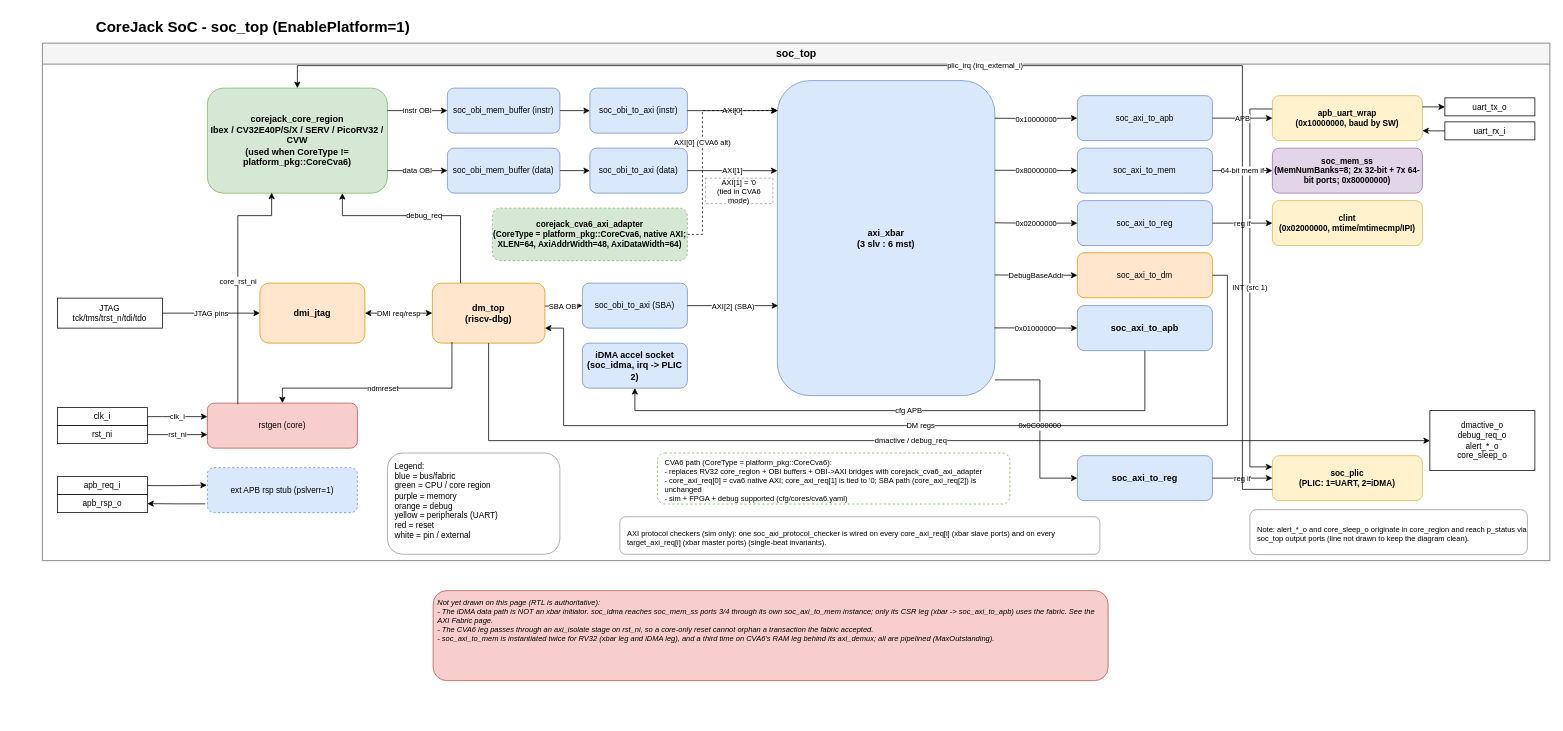
Above: page "SoC Top-Level" (1 of 8) of docs/source/media/corejack_soc.drawio in patrickerich/corejack (draw.io), before the change. Source tidied: cells renumbered, new cells numbered last; positions are measured from the earlier drawing's top-left corner, leaving out a move shared by most shapes. Both pictures are drawn from the tidied source at 75%, with x=0, y=0 at pixel (13, 13).
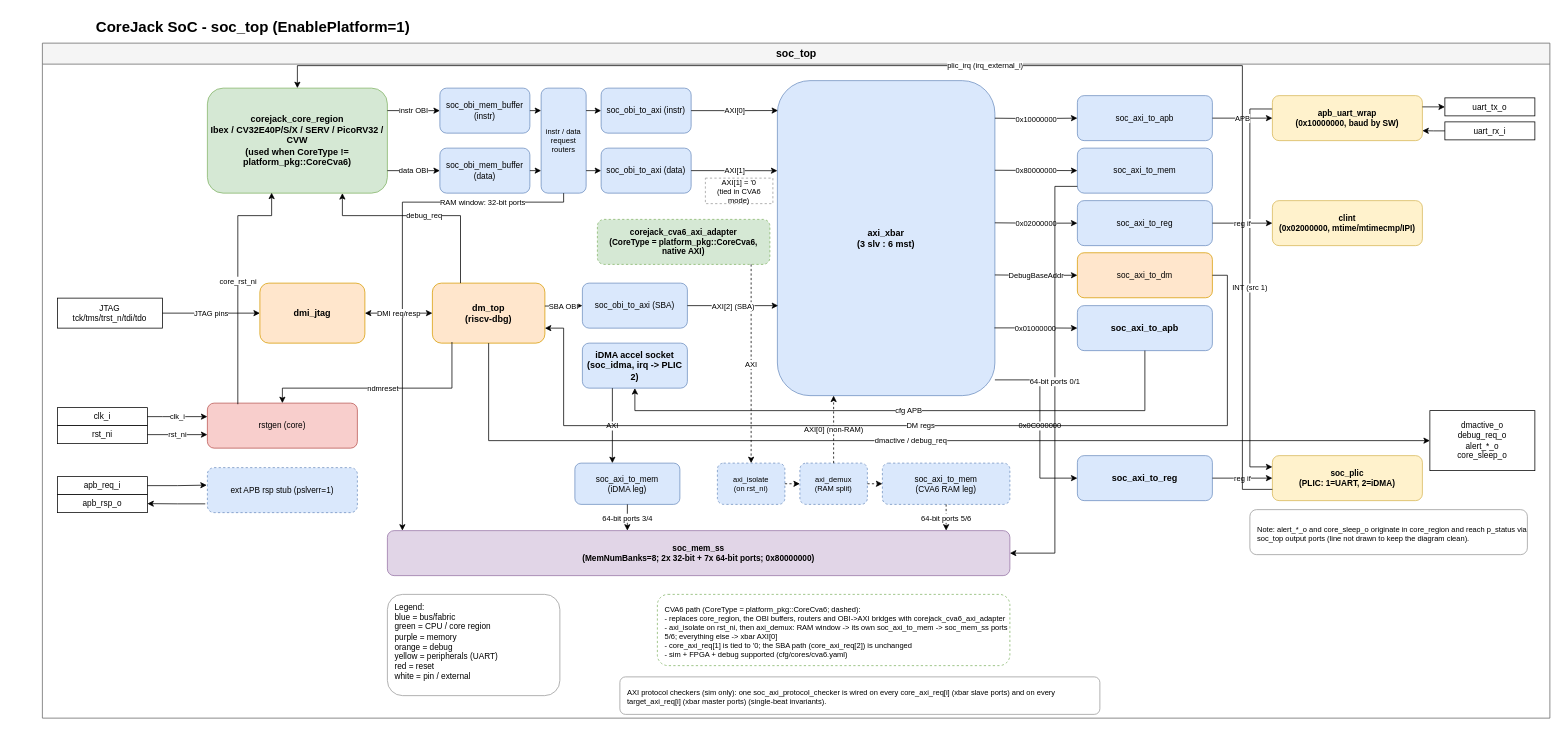
The same page after the edit.

The change refers to these unchanged cells:
```xml
<mxCell id="22" value="axi_xbar&#10;(3 slv : 6 mst)" style="rounded=1;whiteSpace=wrap;html=1;fillColor=#dae8fc;strokeColor=#6c8ebf;fontSize=12;fontStyle=1;verticalAlign=middle;" parent="3" vertex="1">
  <mxGeometry x="980" y="50" width="290" height="420" as="geometry" />
</mxCell>
<mxCell id="23" value="iDMA accel socket&#10;(soc_idma, irq -&gt; PLIC 2)" style="rounded=1;whiteSpace=wrap;html=1;fillColor=#dae8fc;strokeColor=#6c8ebf;fontSize=12;fontStyle=1;verticalAlign=middle;" parent="3" vertex="1">
  <mxGeometry x="720" y="400" width="140" height="60" as="geometry" />
</mxCell>
<mxCell id="71" value="soc_axi_to_mem" style="rounded=1;whiteSpace=wrap;html=1;fillColor=#dae8fc;strokeColor=#6c8ebf;fontSize=11;verticalAlign=middle;" parent="3" vertex="1">
  <mxGeometry x="1380" y="140" width="180" height="60" as="geometry" />
</mxCell>
```

Change to the diagram source:
```diff
@@
     <mxCell id="3" value="soc_top" style="swimlane;fontSize=14;fontStyle=1;html=1;startSize=28;fillColor=#F5F5F5;strokeColor=#666666;swimlaneFillColor=#FFFFFF;" parent="1" vertex="1">
-      <mxGeometry x="39" y="40" width="2010" height="690" as="geometry" />
+      <mxGeometry x="39" y="40" width="2010" height="900" as="geometry" />
     </mxCell>
@@
-    <mxCell id="13" value="corejack_cva6_axi_adapter&#10;(CoreType = platform_pkg::CoreCva6, native AXI; XLEN=64, AxiAddrWidth=48, AxiDataWidth=64)" style="rounded=1;whiteSpace=wrap;html=1;fillColor=#d5e8d4;strokeColor=#82b366;fontSize=11;fontStyle=1;verticalAlign=middle;dashed=1;" parent="3" vertex="1">
-      <mxGeometry x="600" y="220" width="260" height="70" as="geometry" />
+    <mxCell id="13" value="corejack_cva6_axi_adapter&#10;(CoreType = platform_pkg::CoreCva6, native AXI)" style="rounded=1;whiteSpace=wrap;html=1;fillColor=#d5e8d4;strokeColor=#82b366;fontSize=11;fontStyle=1;verticalAlign=middle;dashed=1;" parent="3" vertex="1">
+      <mxGeometry x="740" y="235" width="230" height="60" as="geometry" />
     </mxCell>
+    <mxCell id="76" value="axi_isolate&#10;(on rst_ni)" style="rounded=1;whiteSpace=wrap;html=1;fillColor=#dae8fc;strokeColor=#6c8ebf;fontSize=11;verticalAlign=middle;dashed=1;fontSize=10;" parent="3" vertex="1">
+      <mxGeometry x="900" y="560" width="90" height="55" as="geometry" />
+    </mxCell>
+    <mxCell id="77" value="axi_demux&#10;(RAM split)" style="rounded=1;whiteSpace=wrap;html=1;fillColor=#dae8fc;strokeColor=#6c8ebf;fontSize=11;verticalAlign=middle;dashed=1;fontSize=10;" parent="3" vertex="1">
+      <mxGeometry x="1010" y="560" width="90" height="55" as="geometry" />
+    </mxCell>
+    <mxCell id="78" value="soc_axi_to_mem&#10;(CVA6 RAM leg)" style="rounded=1;whiteSpace=wrap;html=1;fillColor=#dae8fc;strokeColor=#6c8ebf;fontSize=11;verticalAlign=middle;dashed=1;" parent="3" vertex="1">
+      <mxGeometry x="1120" y="560" width="170" height="55" as="geometry" />
+    </mxCell>
@@
-    <mxCell id="15" value="CVA6 path (CoreType = platform_pkg::CoreCva6):&#10;- replaces RV32 core_region + OBI buffers + OBI-&gt;AXI bridges with corejack_cva6_axi_adapter&#10;- core_axi_req[0] = cva6 native AXI; core_axi_req[1] is tied to '0; SBA path (core_axi_req[2]) is unchanged&#10;- sim + FPGA + debug supported (cfg/cores/cva6.yaml)" style="rounded=1;whiteSpace=wrap;html=1;fillColor=#FFFFFF;strokeColor=#82b366;fontSize=10;align=left;spacingLeft=8;spacingTop=4;dashed=1;" parent="3" vertex="1">
-      <mxGeometry x="820" y="546.5" width="470" height="68" as="geometry" />
+    <mxCell id="15" value="CVA6 path (CoreType = platform_pkg::CoreCva6; dashed):&#10;- replaces core_region, the OBI buffers, routers and OBI-&gt;AXI bridges with corejack_cva6_axi_adapter&#10;- axi_isolate on rst_ni, then axi_demux: RAM window -&gt; its own soc_axi_to_mem -&gt; soc_mem_ss ports 5/6; everything else -&gt; xbar AXI[0]&#10;- core_axi_req[1] is tied to '0; the SBA path (core_axi_req[2]) is unchanged&#10;- sim + FPGA + debug supported (cfg/cores/cva6.yaml)" style="rounded=1;whiteSpace=wrap;html=1;fillColor=#FFFFFF;strokeColor=#82b366;fontSize=10;align=left;spacingLeft=8;spacingTop=4;dashed=1;" parent="3" vertex="1">
+      <mxGeometry x="820" y="735" width="470" height="95" as="geometry" />
     </mxCell>
     <mxCell id="16" value="AXI protocol checkers (sim only): one soc_axi_protocol_checker is wired on every core_axi_req[i] (xbar slave ports) and on every target_axi_req[i] (xbar master ports) (single-beat invariants)." style="rounded=1;whiteSpace=wrap;html=1;fillColor=#FFFFFF;strokeColor=#999999;fontSize=10;align=left;spacingLeft=8;spacingTop=4;" parent="3" vertex="1">
-      <mxGeometry x="770" y="631.5" width="640" height="50" as="geometry" />
+      <mxGeometry x="770" y="845" width="640" height="50" as="geometry" />
     </mxCell>
     <mxCell id="17" value="soc_obi_mem_buffer (instr)" style="rounded=1;whiteSpace=wrap;html=1;fillColor=#dae8fc;strokeColor=#6c8ebf;fontSize=11;verticalAlign=middle;" parent="3" vertex="1">
-      <mxGeometry x="540" y="60" width="150" height="60" as="geometry" />
+      <mxGeometry x="530" y="60" width="120" height="60" as="geometry" />
     </mxCell>
     <mxCell id="18" value="soc_obi_mem_buffer (data)" style="rounded=1;whiteSpace=wrap;html=1;fillColor=#dae8fc;strokeColor=#6c8ebf;fontSize=11;verticalAlign=middle;" parent="3" vertex="1">
-      <mxGeometry x="540" y="140" width="150" height="60" as="geometry" />
+      <mxGeometry x="530" y="140" width="120" height="60" as="geometry" />
     </mxCell>
     <mxCell id="19" value="soc_obi_to_axi (instr)" style="rounded=1;whiteSpace=wrap;html=1;fillColor=#dae8fc;strokeColor=#6c8ebf;fontSize=11;verticalAlign=middle;" parent="3" vertex="1">
-      <mxGeometry x="730" y="60" width="130" height="60" as="geometry" />
+      <mxGeometry x="745" y="60" width="120" height="60" as="geometry" />
     </mxCell>
     <mxCell id="20" value="soc_obi_to_axi (data)" style="rounded=1;whiteSpace=wrap;html=1;fillColor=#dae8fc;strokeColor=#6c8ebf;fontSize=11;verticalAlign=middle;" parent="3" vertex="1">
-      <mxGeometry x="730" y="140" width="130" height="60" as="geometry" />
+      <mxGeometry x="745" y="140" width="120" height="60" as="geometry" />
     </mxCell>
+    <mxCell id="79" value="instr / data&#10;request&#10;routers" style="rounded=1;whiteSpace=wrap;html=1;fillColor=#dae8fc;strokeColor=#6c8ebf;fontSize=11;verticalAlign=middle;fontSize=10;" parent="3" vertex="1">
+      <mxGeometry x="665" y="60" width="60" height="140" as="geometry" />
+    </mxCell>
@@
+    <mxCell id="80" value="soc_axi_to_mem&#10;(iDMA leg)" style="rounded=1;whiteSpace=wrap;html=1;fillColor=#dae8fc;strokeColor=#6c8ebf;fontSize=11;verticalAlign=middle;" parent="3" vertex="1">
+      <mxGeometry x="710" y="560" width="140" height="55" as="geometry" />
+    </mxCell>
@@
-    <mxCell id="44" style="endArrow=classic;html=1;edgeStyle=orthogonalEdgeStyle;rounded=0;exitX=1;exitY=0.5;entryX=0;entryY=0.5;" parent="3" edge="1" source="17" target="19">
+    <mxCell id="44" style="endArrow=classic;html=1;edgeStyle=orthogonalEdgeStyle;rounded=0;exitX=1;exitY=0.5;entryX=0;entryY=0.214;" parent="3" edge="1" source="17" target="79">
       <mxGeometry relative="1" as="geometry" />
     </mxCell>
-    <mxCell id="45" style="endArrow=classic;html=1;edgeStyle=orthogonalEdgeStyle;rounded=0;exitX=1;exitY=0.5;entryX=0;entryY=0.5;" parent="3" edge="1" source="18" target="20">
+    <mxCell id="45" style="endArrow=classic;html=1;edgeStyle=orthogonalEdgeStyle;rounded=0;exitX=1;exitY=0.5;entryX=0;entryY=0.786;" parent="3" edge="1" source="18" target="79">
       <mxGeometry relative="1" as="geometry" />
     </mxCell>
+    <mxCell id="81" style="endArrow=classic;html=1;edgeStyle=orthogonalEdgeStyle;rounded=0;fontSize=10;exitX=1;exitY=0.214;entryX=0;entryY=0.5;" parent="3" edge="1" source="79" target="19">
+      <mxGeometry relative="1" as="geometry" />
+    </mxCell>
+    <mxCell id="82" style="endArrow=classic;html=1;edgeStyle=orthogonalEdgeStyle;rounded=0;fontSize=10;exitX=1;exitY=0.786;entryX=0;entryY=0.5;" parent="3" edge="1" source="79" target="20">
+      <mxGeometry relative="1" as="geometry" />
+    </mxCell>
+    <mxCell id="83" value="RAM window: 32-bit ports" style="endArrow=classic;html=1;edgeStyle=orthogonalEdgeStyle;rounded=0;fontSize=10;exitX=0.5;exitY=1;entryX=0.0241;entryY=0;" parent="3" edge="1" source="79" target="73">
+      <mxGeometry x="-0.64" relative="1" as="geometry">
+        <Array as="points">
+          <mxPoint x="695" y="212" />
+          <mxPoint x="480" y="212" />
+        </Array>
+      </mxGeometry>
+    </mxCell>
+    <mxCell id="84" value="AXI" style="endArrow=classic;html=1;edgeStyle=orthogonalEdgeStyle;rounded=0;fontSize=10;exitX=0.2857;exitY=1;entryX=0.3571;entryY=0;" parent="3" edge="1" source="23" target="80">
+      <mxGeometry relative="1" as="geometry" />
+    </mxCell>
+    <mxCell id="85" value="64-bit ports 3/4" style="endArrow=classic;html=1;edgeStyle=orthogonalEdgeStyle;rounded=0;fontSize=10;exitX=0.5;exitY=1;entryX=0.3855;entryY=0;" parent="3" edge="1" source="80" target="73">
+      <mxGeometry relative="1" as="geometry" />
+    </mxCell>
+    <mxCell id="86" style="endArrow=classic;html=1;edgeStyle=orthogonalEdgeStyle;rounded=0;fontSize=10;exitX=1;exitY=0.5;entryX=0;entryY=0.5;dashed=1;" parent="3" edge="1" source="76" target="77">
+      <mxGeometry relative="1" as="geometry" />
+    </mxCell>
+    <mxCell id="87" value="AXI[0] (non-RAM)" style="endArrow=classic;html=1;edgeStyle=orthogonalEdgeStyle;rounded=0;fontSize=10;exitX=0.5;exitY=0;entryX=0.2586;entryY=1;dashed=1;" parent="3" edge="1" source="77" target="22">
+      <mxGeometry relative="1" as="geometry" />
+    </mxCell>
+    <mxCell id="88" style="endArrow=classic;html=1;edgeStyle=orthogonalEdgeStyle;rounded=0;fontSize=10;exitX=1;exitY=0.5;entryX=0;entryY=0.5;dashed=1;" parent="3" edge="1" source="77" target="78">
+      <mxGeometry relative="1" as="geometry" />
+    </mxCell>
+    <mxCell id="89" value="64-bit ports 5/6" style="endArrow=classic;html=1;edgeStyle=orthogonalEdgeStyle;rounded=0;fontSize=10;exitX=0.5;exitY=1;entryX=0.8976;entryY=0;dashed=1;" parent="3" edge="1" source="78" target="73">
+      <mxGeometry relative="1" as="geometry" />
+    </mxCell>
@@
-    <mxCell id="48" value="AXI[0] (CVA6 alt)" style="endArrow=classic;html=1;edgeStyle=orthogonalEdgeStyle;rounded=0;exitX=1;exitY=0.5;fontSize=10;dashed=1;entryX=0;entryY=0.095;entryDx=0;entryDy=0;entryPerimeter=0;" parent="3" edge="1" source="13" target="22">
-      <mxGeometry relative="1" as="geometry">
-        <Array as="points">
-          <mxPoint x="880" y="255" />
-          <mxPoint x="880" y="90" />
-        </Array>
-      </mxGeometry>
+    <mxCell id="48" value="AXI" style="endArrow=classic;html=1;edgeStyle=orthogonalEdgeStyle;rounded=0;fontSize=10;dashed=1;exitX=0.8913;exitY=1;entryX=0.5;entryY=0;" parent="3" edge="1" source="13" target="76">
+      <mxGeometry relative="1" as="geometry" />
     </mxCell>
@@
     <mxCell id="70" value="Legend:&#10;blue = bus/fabric&#10;green = CPU / core region&#10;purple = memory&#10;orange = debug&#10;yellow = peripherals (UART)&#10;red = reset&#10;white = pin / external" style="text;html=1;strokeColor=#999999;fillColor=#FFFFFF;align=left;verticalAlign=top;whiteSpace=wrap;rounded=1;fontSize=11;spacingLeft=8;spacingTop=4;" parent="3" vertex="1">
-      <mxGeometry x="460" y="546.5" width="230" height="135" as="geometry" />
+      <mxGeometry x="460" y="735" width="230" height="135" as="geometry" />
     </mxCell>
@@
     <mxCell id="73" value="soc_mem_ss&#10;(MemNumBanks=8; 2x 32-bit + 7x 64-bit ports; 0x80000000)" style="rounded=1;whiteSpace=wrap;html=1;fillColor=#e1d5e7;strokeColor=#9673a6;fontSize=11;fontStyle=1;verticalAlign=middle;" parent="3" vertex="1">
-      <mxGeometry x="1640" y="140" width="200" height="60" as="geometry" />
+      <mxGeometry x="460" y="650" width="830" height="60" as="geometry" />
     </mxCell>
-    <mxCell id="74" value="64-bit mem if" style="endArrow=classic;html=1;edgeStyle=orthogonalEdgeStyle;rounded=0;exitX=1;exitY=0.5;entryX=0;entryY=0.5;fontSize=10;" parent="3" edge="1" source="71" target="73">
-      <mxGeometry relative="1" as="geometry" />
+    <mxCell id="74" value="64-bit ports 0/1" style="endArrow=classic;html=1;edgeStyle=orthogonalEdgeStyle;rounded=0;fontSize=10;exitX=0;exitY=0.85;entryX=1;entryY=0.5;" parent="3" edge="1" source="71" target="73">
+      <mxGeometry relative="1" as="geometry">
+        <Array as="points">
+          <mxPoint x="1350" y="191" />
+          <mxPoint x="1350" y="680" />
+        </Array>
+      </mxGeometry>
     </mxCell>
-    <mxCell id="75" value="Not yet drawn on this page (RTL is authoritative):&#10;- The iDMA data path is NOT an xbar initiator. soc_idma reaches soc_mem_ss ports 3/4 through its own soc_axi_to_mem instance; only its CSR leg (xbar -&gt; soc_axi_to_apb) uses the fabric. See the AXI Fabric page.&#10;- The CVA6 leg passes through an axi_isolate stage on rst_ni, so a core-only reset cannot orphan a transaction the fabric accepted.&#10;- soc_axi_to_mem is instantiated twice for RV32 (xbar leg and iDMA leg), and a third time on CVA6's RAM leg behind its axi_demux; all are pipelined (MaxOutstanding)." style="text;html=1;strokeColor=#b85450;fillColor=#f8cecc;align=left;verticalAlign=top;whiteSpace=wrap;rounded=1;fontSize=10;fontStyle=2;spacing=6;" parent="1" vertex="1">
-      <mxGeometry x="560" y="770" width="900" height="120" as="geometry" />
-    </mxCell>
```
